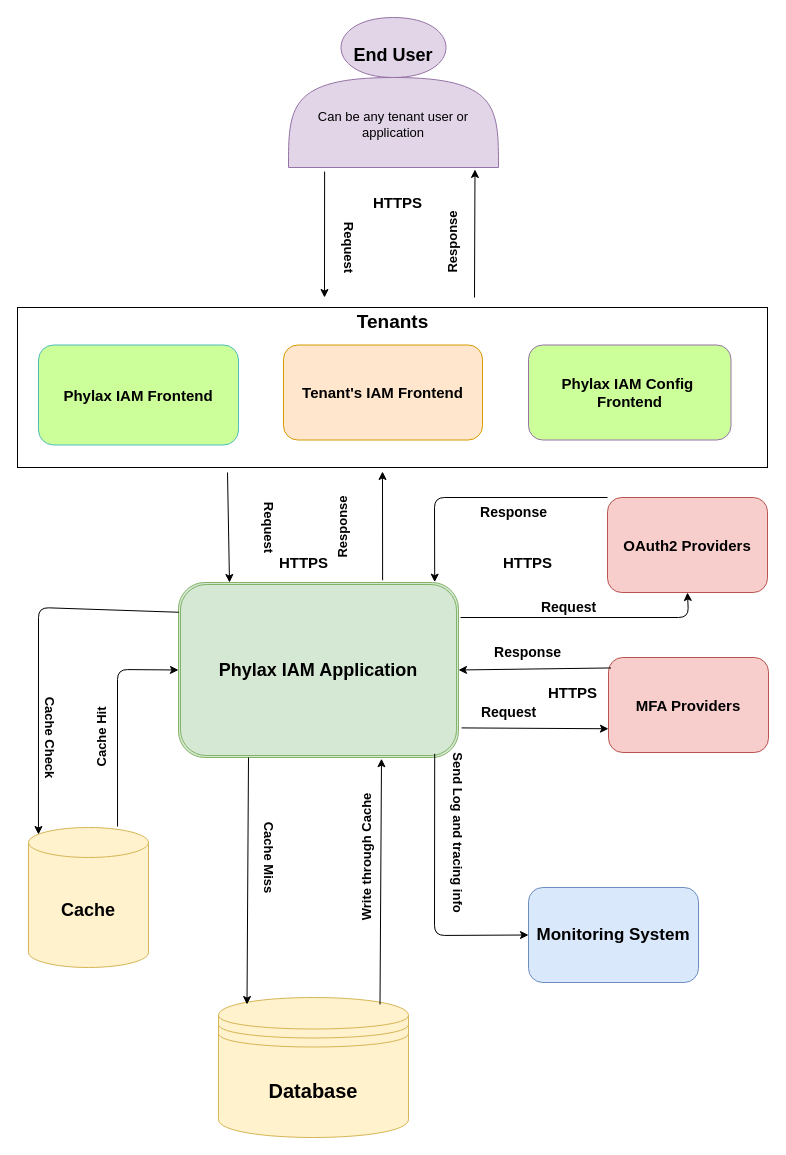
Phylax-IAM/phylax_iam_design keeps this draw.io diagram as Diagrams/draw.io/system-context.design.dio. Above is the earlier version. Source tidied: cells renumbered, new cells numbered last; positions are measured from the earlier drawing's top-left corner, leaving out a move shared by most shapes. Both pictures are drawn from the tidied source at 100%, with x=0, y=0 at pixel (-12, 17).
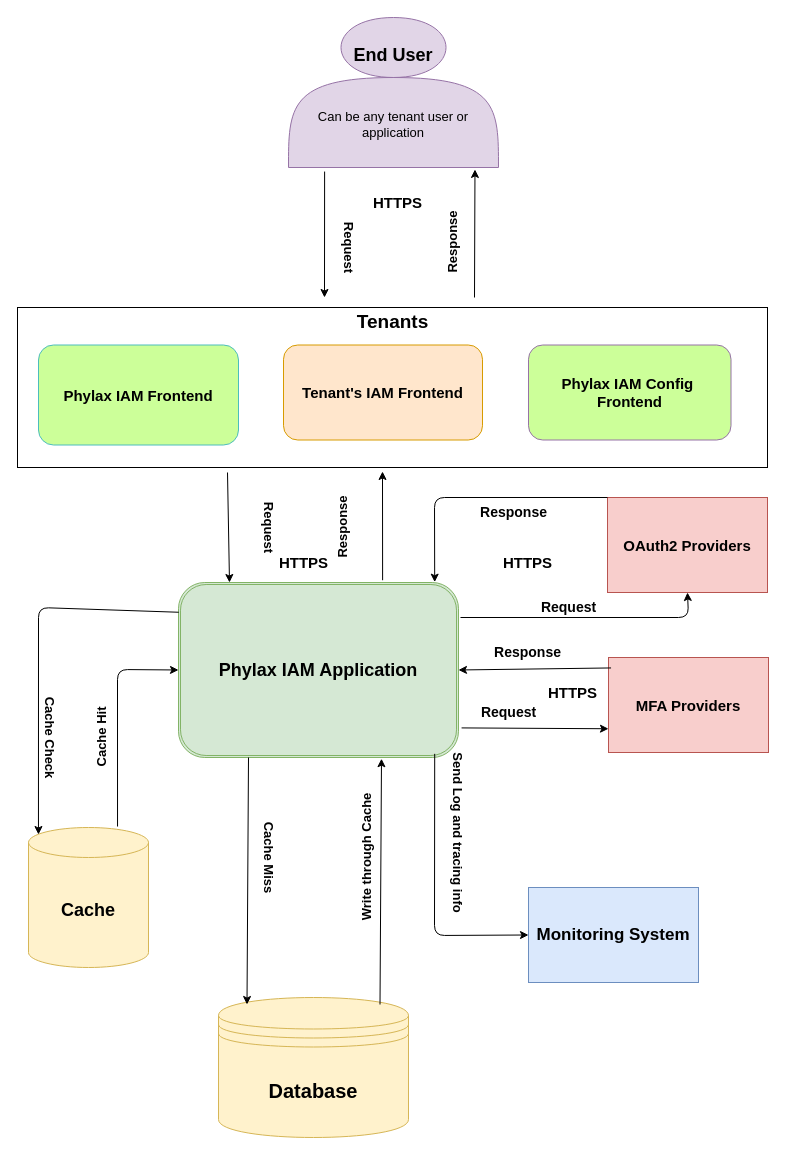
Above is the later version.

The edit, as a diff of the source:
```diff
@@
-    <mxCell id="20" value="&lt;b&gt;&lt;font style=&quot;font-size: 17px;&quot;&gt;Monitoring System&lt;/font&gt;&lt;/b&gt;" style="rounded=1;whiteSpace=wrap;html=1;fillColor=#dae8fc;strokeColor=#6c8ebf;" parent="1" vertex="1">
+    <mxCell id="20" value="&lt;b&gt;&lt;font style=&quot;font-size: 17px;&quot;&gt;Monitoring System&lt;/font&gt;&lt;/b&gt;" style="rounded=0;whiteSpace=wrap;html=1;fillColor=#dae8fc;strokeColor=#6c8ebf;" parent="1" vertex="1">
       <mxGeometry x="540" y="870" width="170" height="95" as="geometry" />
     </mxCell>
@@
-    <mxCell id="34" value="&lt;font style=&quot;font-size: 15px;&quot;&gt;&lt;b&gt;OAuth2 Providers&lt;/b&gt;&lt;/font&gt;" style="rounded=1;whiteSpace=wrap;html=1;fillColor=#f8cecc;gradientDirection=north;strokeColor=#b85450;" parent="1" vertex="1">
+    <mxCell id="34" value="&lt;font style=&quot;font-size: 15px;&quot;&gt;&lt;b&gt;OAuth2 Providers&lt;/b&gt;&lt;/font&gt;" style="rounded=0;whiteSpace=wrap;html=1;fillColor=#f8cecc;gradientDirection=north;strokeColor=#b85450;" parent="1" vertex="1">
       <mxGeometry x="619" y="480" width="160" height="95" as="geometry" />
     </mxCell>
-    <mxCell id="35" value="&lt;font style=&quot;font-size: 15px;&quot;&gt;&lt;b&gt;MFA Providers&lt;/b&gt;&lt;/font&gt;" style="rounded=1;whiteSpace=wrap;html=1;fillColor=#f8cecc;strokeColor=#b85450;" parent="1" vertex="1">
+    <mxCell id="35" value="&lt;font style=&quot;font-size: 15px;&quot;&gt;&lt;b&gt;MFA Providers&lt;/b&gt;&lt;/font&gt;" style="rounded=0;whiteSpace=wrap;html=1;fillColor=#f8cecc;strokeColor=#b85450;" parent="1" vertex="1">
       <mxGeometry x="620" y="640" width="160" height="95" as="geometry" />
     </mxCell>
```
